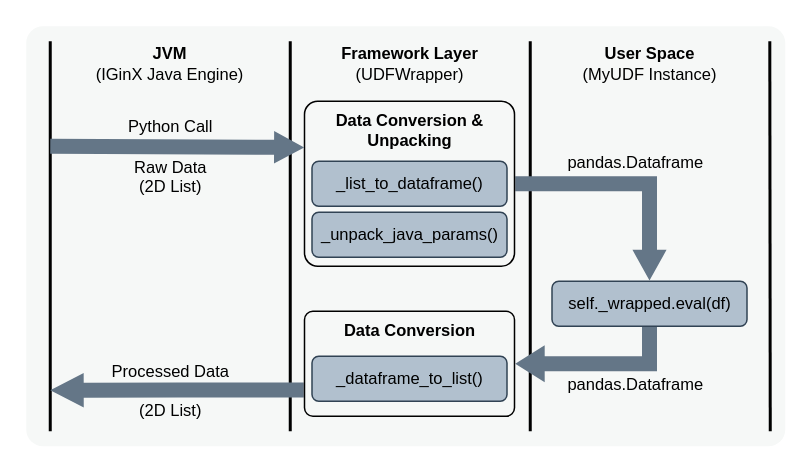
Above: page "udf-decorator-data-flow" (11 of 13) of grad.drawio in shinyano/drawio (draw.io), before the change. Source tidied: cells renumbered, new cells numbered last; positions are measured from the earlier drawing's top-left corner, leaving out a move shared by most shapes. Both pictures are drawn from the tidied source at 150%, with x=0, y=0 at pixel (26, 26).
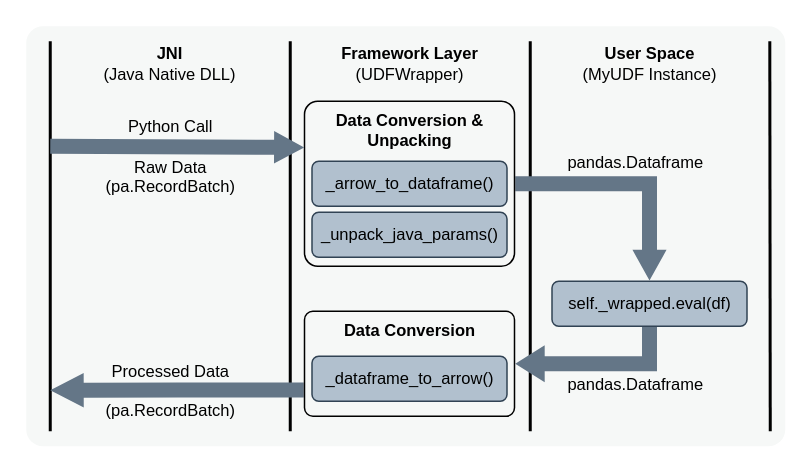
The same page after the edit.

The change refers to these unchanged cells:
```xml
<mxCell id="15" style="shape=flexArrow;endArrow=classic;html=1;rounded=0;entryX=0.002;entryY=0.28;entryDx=0;entryDy=0;entryPerimeter=0;fillColor=#647687;strokeColor=none;endWidth=10.72;endSize=6.3568;" parent="1" edge="1" target="12">
  <mxGeometry relative="1" as="geometry">
    <mxPoint x="15.5" y="80" as="sourcePoint" />
  </mxGeometry>
</mxCell>
<mxCell id="20" style="edgeStyle=orthogonalEdgeStyle;rounded=0;jettySize=auto;html=1;exitX=0;exitY=0.75;exitDx=0;exitDy=0;shape=flexArrow;endWidth=11.935483870967742;endSize=7.103225806451612;fillColor=#647687;strokeColor=none;" parent="1" edge="1" source="22">
  <mxGeometry relative="1" as="geometry">
    <mxPoint x="15.5" y="242.7" as="targetPoint" />
  </mxGeometry>
</mxCell>
```

Diff of the diagram source:
```diff
@@
-    <mxCell id="4" value="JVM&lt;div&gt;&lt;span style=&quot;font-weight: normal;&quot;&gt;(IGinX Java Engine)&lt;/span&gt;&lt;/div&gt;" style="text;html=1;whiteSpace=wrap;strokeColor=none;fillColor=none;align=center;verticalAlign=middle;rounded=0;fontStyle=1;fontSize=11;" parent="1" vertex="1">
-      <mxGeometry x="36" y="10" width="120" height="30" as="geometry" />
+    <mxCell id="4" value="JNI&lt;div&gt;&lt;span style=&quot;font-weight: normal;&quot;&gt;(Java Native DLL)&lt;/span&gt;&lt;/div&gt;" style="text;html=1;whiteSpace=wrap;strokeColor=none;fillColor=none;align=center;verticalAlign=middle;rounded=0;fontStyle=1;fontSize=11;" parent="1" vertex="1">
+      <mxGeometry x="16" y="10" width="160" height="30" as="geometry" />
     </mxCell>
@@
-    <mxCell id="13" value="_list_to_dataframe()" style="rounded=1;whiteSpace=wrap;html=1;fillColor=light-dark(#b1c0ce, #7d8c9b);fontColor=default;strokeColor=#314354;fontSize=11;" parent="1" vertex="1">
+    <mxCell id="13" value="_arrow_to_dataframe()" style="rounded=1;whiteSpace=wrap;html=1;fillColor=light-dark(#b1c0ce, #7d8c9b);fontColor=default;strokeColor=#314354;fontSize=11;" parent="1" vertex="1">
       <mxGeometry x="190.5" y="90" width="130" height="30" as="geometry" />
     </mxCell>
@@
-    <mxCell id="16" value="Python Call&lt;div&gt;&lt;br&gt;&lt;/div&gt;&lt;div&gt;Raw Data&lt;/div&gt;&lt;div&gt;(2D List)&lt;/div&gt;" style="edgeLabel;html=1;align=center;verticalAlign=middle;labelBackgroundColor=none;" parent="15" vertex="1">
+    <mxCell id="16" value="Python Call&lt;div&gt;&lt;br&gt;&lt;/div&gt;&lt;div&gt;Raw Data&lt;/div&gt;&lt;div&gt;(pa.RecordBatch)&lt;/div&gt;" style="edgeLabel;html=1;align=center;verticalAlign=middle;labelBackgroundColor=none;" parent="15" vertex="1">
       <mxGeometry x="0.2" y="-1" relative="1" as="geometry">
         <mxPoint x="-22" y="5" as="offset" />
       </mxGeometry>
     </mxCell>
@@
-    <mxCell id="21" value="Processed Data&lt;div&gt;&lt;br&gt;&lt;/div&gt;&lt;div&gt;(2D List)&lt;/div&gt;" style="edgeLabel;html=1;align=center;verticalAlign=middle;labelBackgroundColor=none;" parent="20" vertex="1">
+    <mxCell id="21" value="Processed Data&lt;div&gt;&lt;br&gt;&lt;/div&gt;&lt;div&gt;(pa.RecordBatch)&lt;/div&gt;" style="edgeLabel;html=1;align=center;verticalAlign=middle;labelBackgroundColor=none;" parent="20" vertex="1">
       <mxGeometry x="-0.08" y="3" relative="1" as="geometry">
         <mxPoint x="-11" y="-3" as="offset" />
       </mxGeometry>
     </mxCell>
@@
-    <mxCell id="23" value="_dataframe_to_list()" style="rounded=1;whiteSpace=wrap;html=1;fillColor=light-dark(#b1c0ce, #7d8c9b);fontColor=default;strokeColor=#314354;fontSize=11;" parent="1" vertex="1">
+    <mxCell id="23" value="_dataframe_to_arrow()" style="rounded=1;whiteSpace=wrap;html=1;fillColor=light-dark(#b1c0ce, #7d8c9b);fontColor=default;strokeColor=#314354;fontSize=11;" parent="1" vertex="1">
       <mxGeometry x="190.5" y="220" width="130" height="30" as="geometry" />
     </mxCell>
```
